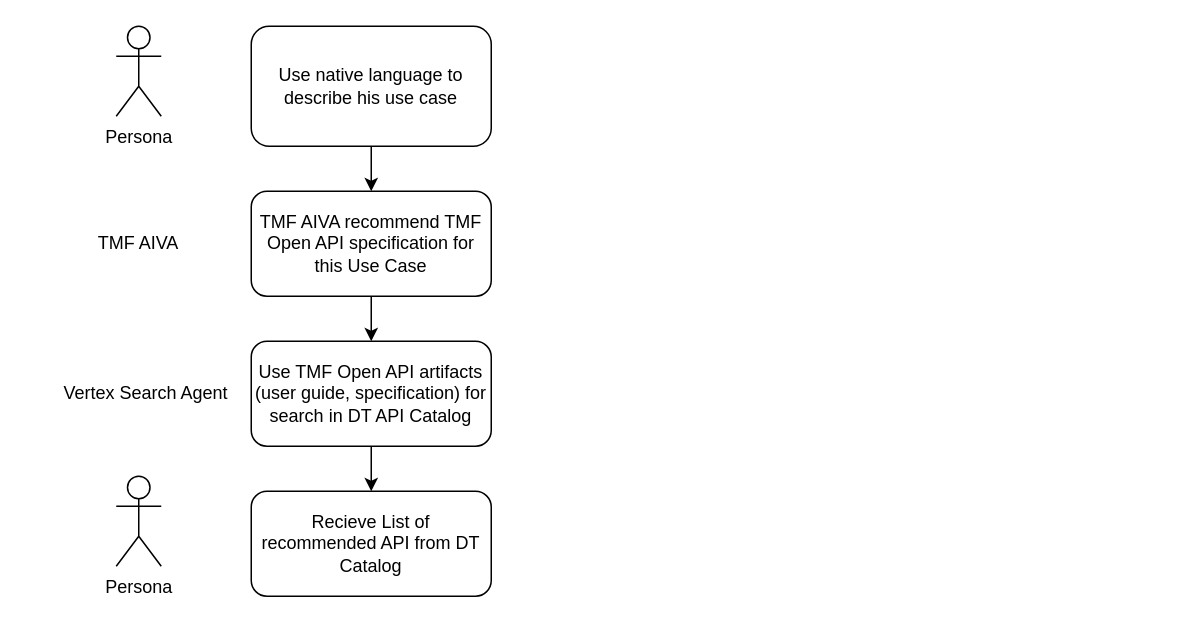
Before: TMF flow.drawio in slookin/stuff, a draw.io diagram. Source tidied: cells renumbered, new cells numbered last; positions are measured from the earlier drawing's top-left corner, leaving out a move shared by most shapes. Both pictures are drawn from the tidied source at 150%, with x=0, y=0 at pixel (56, 26).
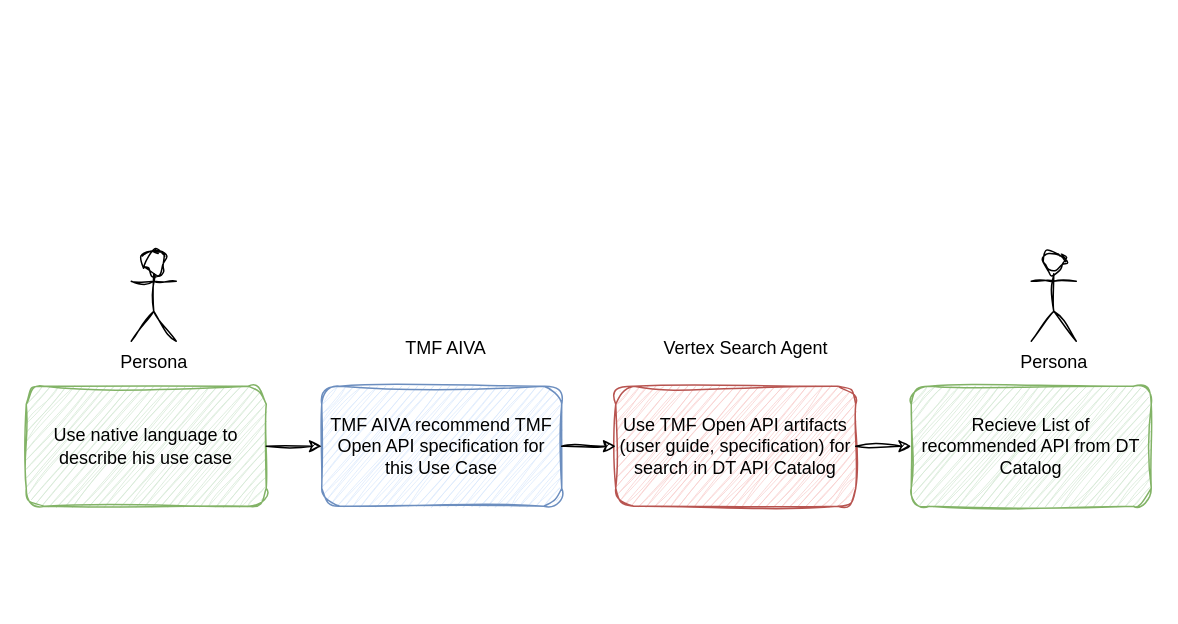
The same page after the edit.

Change to the diagram source:
```diff
@@
 <mxGraphModel>
   <root>
     <mxCell id="0" />
     <mxCell id="1" parent="0" />
-    <mxCell id="2" value="Persona" style="shape=umlActor;verticalLabelPosition=bottom;verticalAlign=top;html=1;" parent="1" vertex="1">
-      <mxGeometry x="40" width="30" height="60" as="geometry" />
+    <mxCell id="2" value="Persona" style="shape=umlActor;verticalLabelPosition=bottom;verticalAlign=top;html=1;textShadow=0;shadow=0;sketch=1;curveFitting=1;jiggle=2;" parent="1" vertex="1">
+      <mxGeometry x="50" y="150" width="30" height="60" as="geometry" />
     </mxCell>
-    <mxCell id="3" value="Use native language to describe his use case" style="rounded=1;whiteSpace=wrap;html=1;" parent="1" vertex="1">
-      <mxGeometry x="130" width="160" height="80" as="geometry" />
+    <mxCell id="3" value="Use native language to describe his use case" style="rounded=1;whiteSpace=wrap;html=1;textShadow=0;shadow=0;sketch=1;curveFitting=1;jiggle=2;fillColor=#d5e8d4;strokeColor=#82b366;" parent="1" vertex="1">
+      <mxGeometry x="-20" y="240" width="160" height="80" as="geometry" />
     </mxCell>
-    <mxCell id="4" value="TMF AIVA recommend TMF Open API specification for this Use Case" style="rounded=1;whiteSpace=wrap;html=1;" parent="1" vertex="1">
-      <mxGeometry x="130" y="110" width="160" height="70" as="geometry" />
+    <mxCell id="4" value="TMF AIVA recommend TMF Open API specification for this Use Case" style="rounded=1;whiteSpace=wrap;html=1;textShadow=0;shadow=0;sketch=1;curveFitting=1;jiggle=2;fillColor=#dae8fc;strokeColor=#6c8ebf;" parent="1" vertex="1">
+      <mxGeometry x="177" y="240" width="160" height="80" as="geometry" />
     </mxCell>
-    <mxCell id="5" value="Recieve List of recommended API from DT Catalog" style="rounded=1;whiteSpace=wrap;html=1;" parent="1" vertex="1">
-      <mxGeometry x="130" y="310" width="160" height="70" as="geometry" />
+    <mxCell id="5" value="Recieve List of recommended API from DT Catalog" style="rounded=1;whiteSpace=wrap;html=1;textShadow=0;shadow=0;sketch=1;curveFitting=1;jiggle=2;fillColor=#d5e8d4;strokeColor=#82b366;" parent="1" vertex="1">
+      <mxGeometry x="570" y="240" width="160" height="80" as="geometry" />
     </mxCell>
-    <mxCell id="6" value="Use TMF Open API artifacts (user guide, specification) for search in DT API Catalog" style="rounded=1;whiteSpace=wrap;html=1;" parent="1" vertex="1">
-      <mxGeometry x="130" y="210" width="160" height="70" as="geometry" />
+    <mxCell id="6" value="Use TMF Open API artifacts (user guide, specification) for search in DT API Catalog" style="rounded=1;whiteSpace=wrap;html=1;textShadow=0;shadow=0;sketch=1;curveFitting=1;jiggle=2;fillColor=#f8cecc;strokeColor=#b85450;" parent="1" vertex="1">
+      <mxGeometry x="373" y="240" width="160" height="80" as="geometry" />
     </mxCell>
-    <mxCell id="7" value="Persona" style="shape=umlActor;verticalLabelPosition=bottom;verticalAlign=top;html=1;" parent="1" vertex="1">
-      <mxGeometry x="40" y="300" width="30" height="60" as="geometry" />
+    <mxCell id="7" value="Persona" style="shape=umlActor;verticalLabelPosition=bottom;verticalAlign=top;html=1;textShadow=0;shadow=0;sketch=1;curveFitting=1;jiggle=2;" parent="1" vertex="1">
+      <mxGeometry x="650" y="150" width="30" height="60" as="geometry" />
     </mxCell>
-    <mxCell id="8" style="endArrow=classic;html=1;rounded=0;" parent="1" edge="1" target="4">
-      <mxGeometry relative="1" as="geometry">
-        <mxPoint x="210" y="80" as="sourcePoint" />
-      </mxGeometry>
+    <mxCell id="8" style="endArrow=classic;html=1;rounded=0;textShadow=0;shadow=0;sketch=1;curveFitting=1;jiggle=2;" parent="1" edge="1" source="3" target="4">
+      <mxGeometry relative="1" as="geometry" />
     </mxCell>
-    <mxCell id="9" style="endArrow=classic;html=1;rounded=0;" parent="1" edge="1" target="6">
-      <mxGeometry relative="1" as="geometry">
-        <mxPoint x="210" y="180" as="sourcePoint" />
-      </mxGeometry>
+    <mxCell id="9" style="endArrow=classic;html=1;rounded=0;textShadow=0;shadow=0;sketch=1;curveFitting=1;jiggle=2;" parent="1" edge="1" source="4" target="6">
+      <mxGeometry relative="1" as="geometry" />
     </mxCell>
-    <mxCell id="10" style="endArrow=classic;html=1;rounded=0;exitX=0.5;exitY=1;exitDx=0;exitDy=0;entryX=0.5;entryY=0;entryDx=0;entryDy=0;" parent="1" edge="1" source="6" target="5">
+    <mxCell id="10" style="endArrow=classic;html=1;rounded=0;exitX=1;exitY=0.5;exitDx=0;exitDy=0;textShadow=0;shadow=0;sketch=1;curveFitting=1;jiggle=2;" parent="1" edge="1" source="6" target="5">
       <mxGeometry relative="1" as="geometry" />
     </mxCell>
-    <mxCell id="11" value="TMF AIVA" style="text;html=1;align=center;verticalAlign=middle;whiteSpace=wrap;rounded=0;" parent="1" vertex="1">
-      <mxGeometry x="25" y="130" width="60" height="30" as="geometry" />
+    <mxCell id="11" value="TMF AIVA" style="text;html=1;align=center;verticalAlign=middle;whiteSpace=wrap;rounded=0;textShadow=0;shadow=0;sketch=1;curveFitting=1;jiggle=2;" parent="1" vertex="1">
+      <mxGeometry x="230" y="200" width="60" height="30" as="geometry" />
     </mxCell>
-    <mxCell id="12" value="Vertex Search Agent" style="text;html=1;align=center;verticalAlign=middle;whiteSpace=wrap;rounded=0;" parent="1" vertex="1">
-      <mxGeometry y="230" width="120" height="30" as="geometry" />
+    <mxCell id="12" value="Vertex Search Agent" style="text;html=1;align=center;verticalAlign=middle;whiteSpace=wrap;rounded=0;textShadow=0;shadow=0;sketch=1;curveFitting=1;jiggle=2;" parent="1" vertex="1">
+      <mxGeometry x="400" y="200" width="120" height="30" as="geometry" />
     </mxCell>
   </root>
 </mxGraphModel>
```
